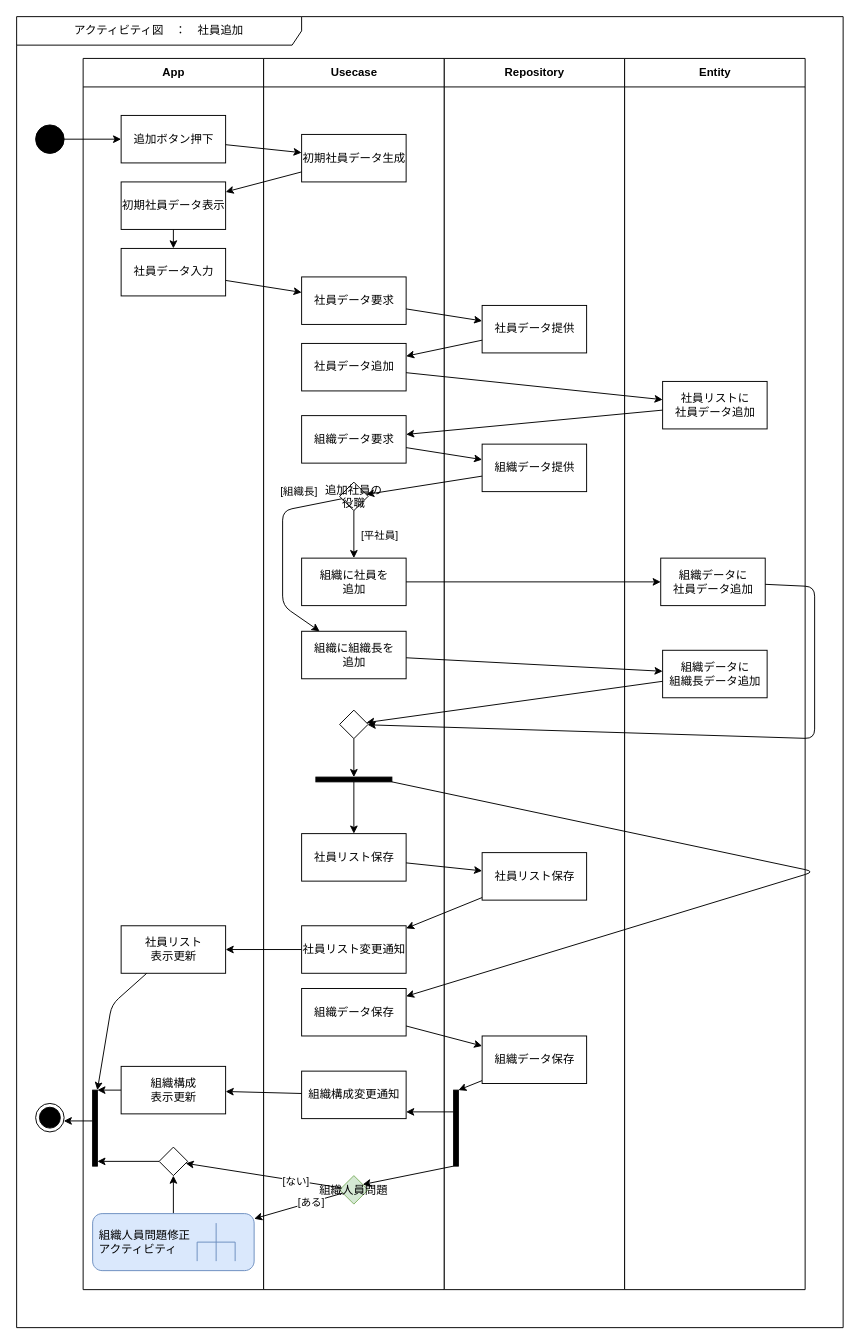
Above: page "社員追加" (2 of 7) of Designs/アクティビティ/アクティビティ図.drawio in bosssanovar/LightMvvmSample (draw.io), before the change. Source tidied: cells renumbered, new cells numbered last; positions are measured from the earlier drawing's top-left corner, leaving out a move shared by most shapes. Both pictures are drawn from the tidied source at 95%, with x=0, y=0 at pixel (16, 16).
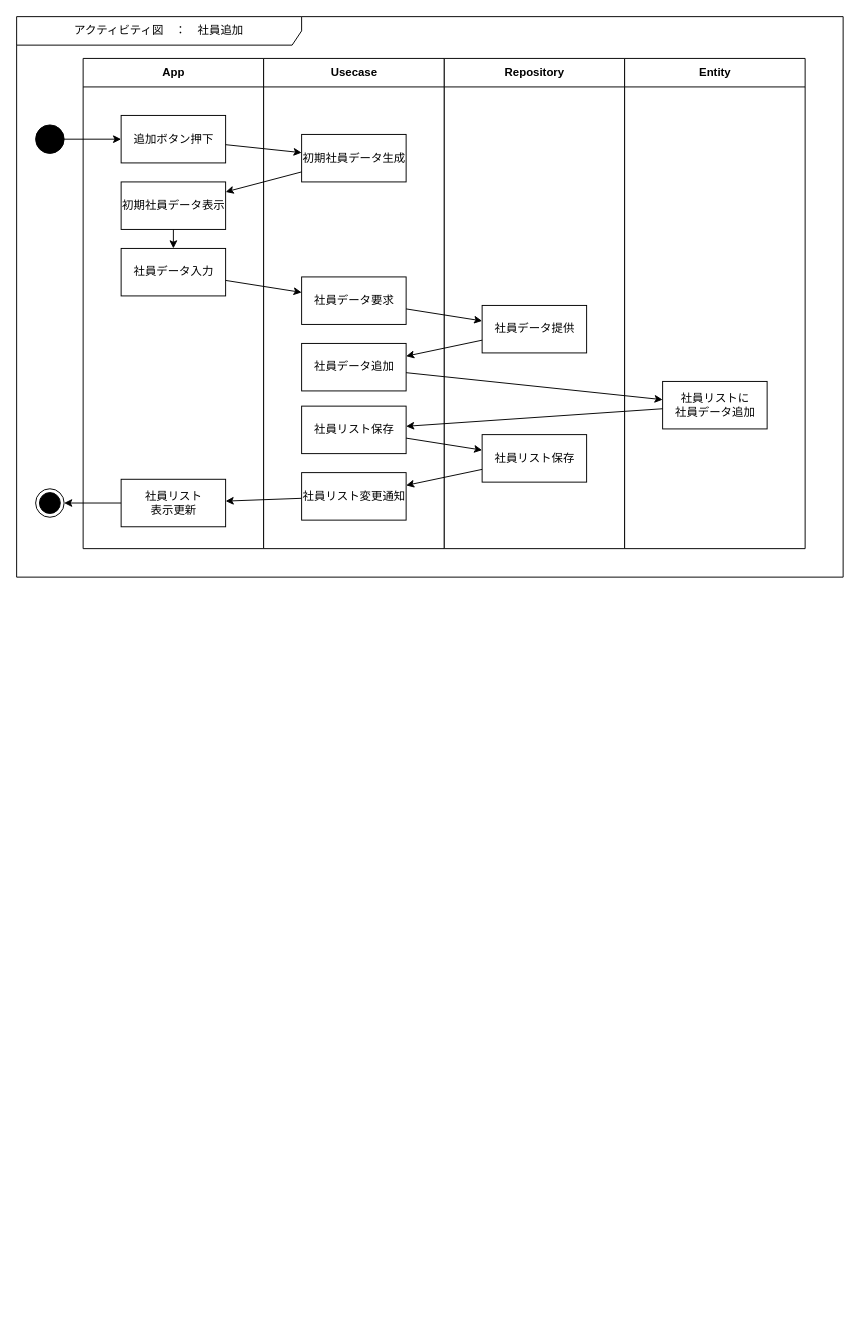
The same diagram, later.

Unchanged cells that the change refers to:
```xml
<mxCell id="9" value="社員リストに&lt;br&gt;社員データ追加" style="html=1;" parent="8" vertex="1">
  <mxGeometry x="40" y="340" width="110" height="50" as="geometry" />
</mxCell>
```

Change to the diagram source:
```diff
@@
     <mxCell id="2" value="アクティビティ図　：　社員追加" style="shape=umlFrame;whiteSpace=wrap;html=1;swimlaneFillColor=#FFFFFF;width=300;height=30;" parent="1" vertex="1">
-      <mxGeometry width="870" height="1380" as="geometry" />
+      <mxGeometry width="870" height="590" as="geometry" />
     </mxCell>
     <mxCell id="3" value="Repository" style="swimlane;fontStyle=1;align=center;horizontal=1;startSize=30;html=1;swimlaneFillColor=#FFFFFF;" parent="1" vertex="1">
-      <mxGeometry x="450" y="44" width="190" height="1296" as="geometry" />
+      <mxGeometry x="450" y="44" width="190" height="516" as="geometry" />
     </mxCell>
@@
-    <mxCell id="5" value="組織データ提供" style="html=1;" parent="3" vertex="1">
-      <mxGeometry x="40" y="406" width="110" height="50" as="geometry" />
-    </mxCell>
     <mxCell id="6" value="社員リスト保存" style="html=1;" parent="3" vertex="1">
-      <mxGeometry x="40" y="836" width="110" height="50" as="geometry" />
+      <mxGeometry x="40" y="396" width="110" height="50" as="geometry" />
     </mxCell>
-    <mxCell id="7" style="html=1;points=[];perimeter=orthogonalPerimeter;fillColor=strokeColor;" parent="3" vertex="1">
-      <mxGeometry x="10" y="1086" width="5" height="80" as="geometry" />
-    </mxCell>
     <mxCell id="8" value="Entity" style="swimlane;fontStyle=1;align=center;horizontal=1;startSize=30;html=1;swimlaneFillColor=#FFFFFF;" parent="1" vertex="1">
-      <mxGeometry x="640" y="44" width="190" height="1296" as="geometry" />
+      <mxGeometry x="640" y="44" width="190" height="516" as="geometry" />
     </mxCell>
@@
-    <mxCell id="10" value="組織データに&lt;br&gt;組織長データ追加" style="html=1;" parent="8" vertex="1">
-      <mxGeometry x="40" y="623" width="110" height="50" as="geometry" />
-    </mxCell>
-    <mxCell id="11" value="組織データに&lt;br&gt;社員データ追加" style="html=1;" parent="8" vertex="1">
-      <mxGeometry x="38" y="526" width="110" height="50" as="geometry" />
-    </mxCell>
     <mxCell id="12" value="App" style="swimlane;fontStyle=1;align=center;horizontal=1;startSize=30;html=1;swimlaneFillColor=#FFFFFF;" parent="1" vertex="1">
-      <mxGeometry x="70" y="44" width="190" height="1296" as="geometry" />
+      <mxGeometry x="70" y="44" width="190" height="516" as="geometry" />
     </mxCell>
@@
-    <mxCell id="17" style="html=1;points=[];perimeter=orthogonalPerimeter;fillColor=strokeColor;rotation=0;" parent="12" vertex="1">
-      <mxGeometry x="10" y="1086" width="5" height="80" as="geometry" />
-    </mxCell>
-    <mxCell id="18" style="edgeStyle=none;html=1;endArrow=classic;endFill=1;" parent="12" edge="1" source="19" target="21">
-      <mxGeometry relative="1" as="geometry" />
-    </mxCell>
-    <mxCell id="19" value="組織人員問題修正&lt;br&gt;アクティビティ" style="shape=mxgraph.uml25.behaviorAction;html=1;rounded=1;absoluteArcSize=1;arcSize=10;align=left;spacingLeft=5;fillColor=#dae8fc;strokeColor=#6c8ebf;" parent="12" vertex="1">
-      <mxGeometry x="10" y="1216" width="170" height="60" as="geometry" />
-    </mxCell>
-    <mxCell id="20" style="edgeStyle=none;html=1;endArrow=classic;endFill=1;" parent="12" edge="1" source="21" target="17">
-      <mxGeometry relative="1" as="geometry" />
-    </mxCell>
-    <mxCell id="21" style="rhombus;" parent="12" vertex="1">
-      <mxGeometry x="80" y="1146" width="30" height="30" as="geometry" />
-    </mxCell>
-    <mxCell id="22" style="edgeStyle=none;html=1;endArrow=classic;endFill=1;" parent="12" edge="1" source="23" target="17">
-      <mxGeometry relative="1" as="geometry" />
-    </mxCell>
-    <mxCell id="23" value="組織構成&lt;br&gt;表示更新" style="html=1;" parent="12" vertex="1">
-      <mxGeometry x="40" y="1061" width="110" height="50" as="geometry" />
-    </mxCell>
     <mxCell id="24" value="Usecase" style="swimlane;fontStyle=1;align=center;horizontal=1;startSize=30;html=1;swimlaneFillColor=#FFFFFF;" parent="1" vertex="1">
-      <mxGeometry x="260" y="44" width="190" height="1296" as="geometry" />
+      <mxGeometry x="260" y="44" width="190" height="516" as="geometry" />
     </mxCell>
@@
-    <mxCell id="28" value="組織データ要求" style="html=1;" parent="24" vertex="1">
-      <mxGeometry x="40" y="376" width="110" height="50" as="geometry" />
-    </mxCell>
-    <mxCell id="29" value="組織に組織長を&lt;br&gt;追加" style="html=1;" parent="24" vertex="1">
-      <mxGeometry x="40" y="603" width="110" height="50" as="geometry" />
-    </mxCell>
     <mxCell id="30" value="社員リスト保存" style="html=1;" parent="24" vertex="1">
-      <mxGeometry x="40" y="816" width="110" height="50" as="geometry" />
+      <mxGeometry x="40" y="366" width="110" height="50" as="geometry" />
     </mxCell>
-    <mxCell id="31" style="edgeStyle=none;html=1;" parent="24" edge="1" source="32" target="30">
-      <mxGeometry relative="1" as="geometry" />
-    </mxCell>
-    <mxCell id="32" style="html=1;points=[];perimeter=orthogonalPerimeter;fillColor=strokeColor;rotation=-90;" parent="24" vertex="1">
-      <mxGeometry x="92.5" y="719" width="5" height="80" as="geometry" />
-    </mxCell>
-    <mxCell id="33" value="組織データ保存" style="html=1;" parent="24" vertex="1">
-      <mxGeometry x="40" y="979" width="110" height="50" as="geometry" />
-    </mxCell>
-    <mxCell id="34" style="edgeStyle=none;html=1;" parent="24" edge="1" source="32" target="33">
-      <mxGeometry relative="1" as="geometry">
-        <Array as="points">
-          <mxPoint x="580" y="856" />
-        </Array>
-      </mxGeometry>
-    </mxCell>
-    <mxCell id="35" style="edgeStyle=none;html=1;startArrow=none;" parent="24" edge="1" source="36" target="32">
-      <mxGeometry relative="1" as="geometry" />
-    </mxCell>
-    <mxCell id="36" style="rhombus;" parent="24" vertex="1">
-      <mxGeometry x="80" y="686" width="30" height="30" as="geometry" />
-    </mxCell>
-    <mxCell id="37" style="edgeStyle=none;html=1;" parent="24" edge="1" source="39" target="29">
-      <mxGeometry relative="1" as="geometry">
-        <Array as="points">
-          <mxPoint x="20" y="476" />
-          <mxPoint x="20" y="576" />
-        </Array>
-      </mxGeometry>
-    </mxCell>
-    <mxCell id="38" value="[組織長]" style="edgeLabel;html=1;align=center;verticalAlign=middle;" parent="37" vertex="1">
-      <mxGeometry x="-0.71" y="2" relative="1" as="geometry">
-        <mxPoint x="-16" y="-16" as="offset" />
-      </mxGeometry>
-    </mxCell>
-    <mxCell id="39" value="追加社員の&#10;役職" style="rhombus;" parent="24" vertex="1">
-      <mxGeometry x="80" y="446" width="30" height="30" as="geometry" />
-    </mxCell>
-    <mxCell id="40" value="組織に社員を&lt;br&gt;追加" style="html=1;" parent="24" vertex="1">
-      <mxGeometry x="40" y="526" width="110" height="50" as="geometry" />
-    </mxCell>
-    <mxCell id="41" style="edgeStyle=none;html=1;" parent="24" edge="1" source="39" target="40">
-      <mxGeometry relative="1" as="geometry" />
-    </mxCell>
-    <mxCell id="42" value="[平社員]" style="edgeLabel;html=1;align=center;verticalAlign=middle;" parent="41" vertex="1">
-      <mxGeometry x="-0.5" y="-1" relative="1" as="geometry">
-        <mxPoint x="27" y="12" as="offset" />
-      </mxGeometry>
-    </mxCell>
-    <mxCell id="43" value="組織人員問題" style="rhombus;fillColor=#d5e8d4;strokeColor=#82b366;" parent="24" vertex="1">
-      <mxGeometry x="80" y="1176" width="30" height="30" as="geometry" />
-    </mxCell>
-    <mxCell id="44" value="組織構成変更通知" style="html=1;" parent="24" vertex="1">
-      <mxGeometry x="40" y="1066" width="110" height="50" as="geometry" />
-    </mxCell>
+    <mxCell id="54" value="社員リスト変更通知" style="html=1;" parent="24" vertex="1">
+      <mxGeometry x="40" y="436" width="110" height="50" as="geometry" />
+    </mxCell>
@@
+    <mxCell id="78" style="edgeStyle=none;html=1;" parent="1" edge="1" source="53" target="58">
+      <mxGeometry relative="1" as="geometry" />
+    </mxCell>
     <mxCell id="53" value="社員リスト&lt;br&gt;表示更新" style="html=1;" parent="1" vertex="1">
-      <mxGeometry x="110" y="957" width="110" height="50" as="geometry" />
+      <mxGeometry x="110" y="487" width="110" height="50" as="geometry" />
     </mxCell>
-    <mxCell id="54" value="社員リスト変更通知" style="html=1;" parent="1" vertex="1">
-      <mxGeometry x="300" y="957" width="110" height="50" as="geometry" />
-    </mxCell>
@@
     <mxCell id="58" style="ellipse;html=1;shape=endState;fillColor=strokeColor;" parent="1" vertex="1">
-      <mxGeometry x="20" y="1144" width="30" height="30" as="geometry" />
+      <mxGeometry x="20" y="497" width="30" height="30" as="geometry" />
     </mxCell>
-    <mxCell id="59" style="edgeStyle=none;html=1;" parent="1" edge="1" source="53" target="17">
-      <mxGeometry relative="1" as="geometry">
-        <Array as="points">
-          <mxPoint x="100" y="1040" />
-        </Array>
-      </mxGeometry>
-    </mxCell>
-    <mxCell id="60" style="edgeStyle=none;html=1;" parent="1" edge="1" source="9" target="28">
-      <mxGeometry relative="1" as="geometry" />
-    </mxCell>
-    <mxCell id="61" style="edgeStyle=none;html=1;" parent="1" edge="1" source="28" target="5">
-      <mxGeometry relative="1" as="geometry" />
-    </mxCell>
-    <mxCell id="62" style="edgeStyle=none;html=1;" parent="1" edge="1" source="29" target="10">
-      <mxGeometry relative="1" as="geometry" />
-    </mxCell>
-    <mxCell id="63" style="edgeStyle=none;html=1;" parent="1" edge="1" source="10" target="36">
-      <mxGeometry relative="1" as="geometry" />
-    </mxCell>
-    <mxCell id="64" style="edgeStyle=none;html=1;endArrow=classic;endFill=1;" parent="1" edge="1" source="65" target="7">
-      <mxGeometry relative="1" as="geometry" />
-    </mxCell>
-    <mxCell id="65" value="組織データ保存" style="html=1;" parent="1" vertex="1">
-      <mxGeometry x="490" y="1073" width="110" height="50" as="geometry" />
-    </mxCell>
-    <mxCell id="66" style="edgeStyle=none;html=1;" parent="1" edge="1" source="33" target="65">
-      <mxGeometry relative="1" as="geometry" />
-    </mxCell>
-    <mxCell id="67" style="edgeStyle=none;html=1;" parent="1" edge="1" source="17" target="58">
-      <mxGeometry relative="1" as="geometry" />
-    </mxCell>
-    <mxCell id="68" style="edgeStyle=none;html=1;" parent="1" edge="1" source="11" target="36">
-      <mxGeometry relative="1" as="geometry">
-        <Array as="points">
-          <mxPoint x="840" y="600" />
-          <mxPoint x="840" y="760" />
-        </Array>
-      </mxGeometry>
-    </mxCell>
-    <mxCell id="69" style="edgeStyle=none;html=1;" parent="1" edge="1" source="40" target="11">
-      <mxGeometry relative="1" as="geometry" />
-    </mxCell>
-    <mxCell id="70" style="edgeStyle=none;html=1;" parent="1" edge="1" source="5" target="39">
-      <mxGeometry relative="1" as="geometry" />
-    </mxCell>
-    <mxCell id="71" style="edgeStyle=none;html=1;endArrow=classic;endFill=1;" parent="1" edge="1" source="43" target="19">
-      <mxGeometry relative="1" as="geometry" />
-    </mxCell>
-    <mxCell id="72" value="[ある]" style="edgeLabel;html=1;align=center;verticalAlign=middle;" parent="71" vertex="1">
-      <mxGeometry x="-0.29" y="-1" relative="1" as="geometry" />
-    </mxCell>
-    <mxCell id="73" style="edgeStyle=none;html=1;endArrow=classic;endFill=1;" parent="1" edge="1" source="43" target="21">
-      <mxGeometry relative="1" as="geometry" />
-    </mxCell>
-    <mxCell id="74" value="[ない]" style="edgeLabel;html=1;align=center;verticalAlign=middle;" parent="73" vertex="1">
-      <mxGeometry x="-0.41" relative="1" as="geometry" />
-    </mxCell>
-    <mxCell id="75" style="edgeStyle=none;html=1;endArrow=classic;endFill=1;" parent="1" edge="1" source="7" target="43">
-      <mxGeometry relative="1" as="geometry" />
-    </mxCell>
-    <mxCell id="76" style="edgeStyle=none;html=1;endArrow=classic;endFill=1;" parent="1" edge="1" source="7" target="44">
-      <mxGeometry relative="1" as="geometry" />
-    </mxCell>
-    <mxCell id="77" style="edgeStyle=none;html=1;endArrow=classic;endFill=1;" parent="1" edge="1" source="44" target="23">
-      <mxGeometry relative="1" as="geometry" />
-    </mxCell>
+    <mxCell id="31" style="edgeStyle=none;html=1;" parent="1" edge="1" source="9" target="30">
+      <mxGeometry relative="1" as="geometry" />
+    </mxCell>
```
